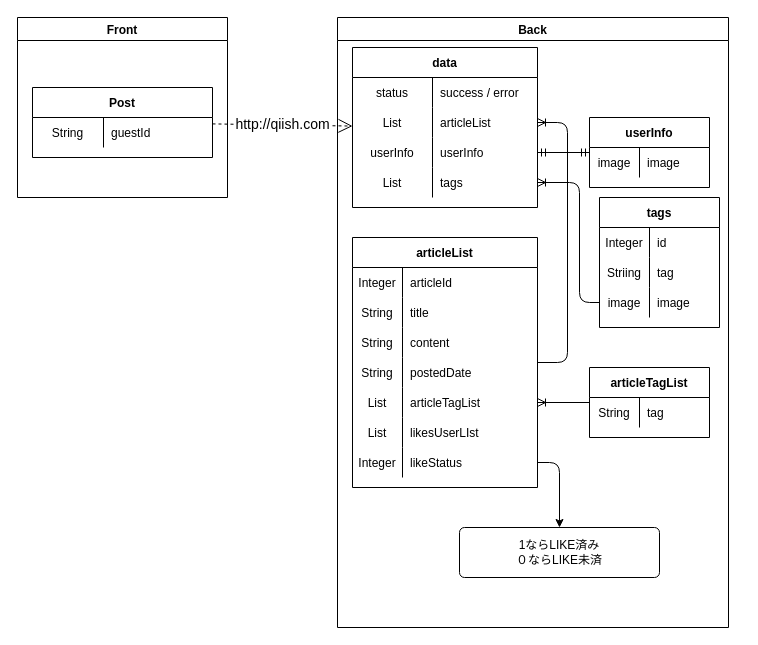
This is page "[表示]トップページ" (2 of 17) of Designs/基本設計.drawio from yusuke-rakus/Qiish, a draw.io file, before an edit. Source tidied: cells renumbered, new cells numbered last; positions are measured from the earlier drawing's top-left corner, leaving out a move shared by most shapes. Both pictures are drawn from the tidied source at 100%, with x=0, y=0 at pixel (17, 17).
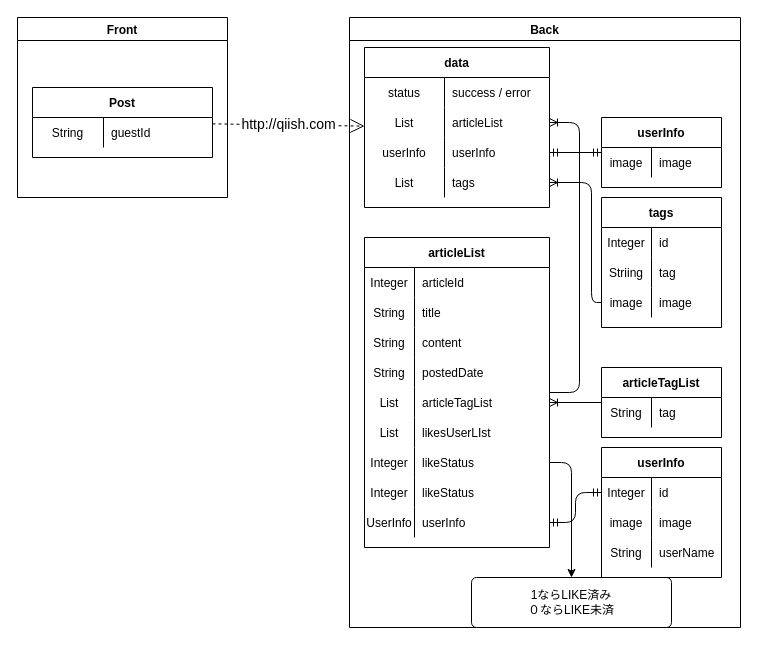
After the change.

Change to the diagram source:
```diff
@@
     <mxCell id="2" value="Back" style="swimlane;" parent="1" vertex="1">
-      <mxGeometry x="320" width="391" height="610" as="geometry" />
+      <mxGeometry x="332" width="391" height="610" as="geometry" />
     </mxCell>
@@
     <mxCell id="16" value="articleList" style="shape=table;startSize=30;childLayout=tableLayout;rowLines=0;fontStyle=1;align=center;" parent="2" vertex="1">
-      <mxGeometry x="15" y="220" width="185" height="250" as="geometry" />
+      <mxGeometry x="15" y="220" width="185" height="310" as="geometry" />
     </mxCell>
@@
+    <mxCell id="68" style="shape=partialRectangle;fillColor=none;top=0;left=0;bottom=0;right=0;" parent="16" vertex="1">
+      <mxGeometry y="240" width="185" height="30" as="geometry" />
+    </mxCell>
+    <mxCell id="69" value="Integer" style="shape=partialRectangle;fillColor=none;top=0;left=0;bottom=0;right=0;overflow=hidden;" parent="68" vertex="1">
+      <mxGeometry width="50" height="30" as="geometry" />
+    </mxCell>
+    <mxCell id="70" value="likeStatus" style="shape=partialRectangle;fillColor=none;top=0;left=0;bottom=0;right=0;align=left;spacingLeft=6;overflow=hidden;" parent="68" vertex="1">
+      <mxGeometry x="50" width="135" height="30" as="geometry" />
+    </mxCell>
+    <mxCell id="71" style="shape=partialRectangle;fillColor=none;top=0;left=0;bottom=0;right=0;points=[[0,0.5],[1,0.5]];portConstraint=eastwest;" parent="16" vertex="1">
+      <mxGeometry y="270" width="185" height="30" as="geometry" />
+    </mxCell>
+    <mxCell id="72" value="UserInfo" style="shape=partialRectangle;fillColor=none;top=0;left=0;bottom=0;right=0;overflow=hidden;" parent="71" vertex="1">
+      <mxGeometry width="50" height="30" as="geometry" />
+    </mxCell>
+    <mxCell id="73" value="userInfo" style="shape=partialRectangle;fillColor=none;top=0;left=0;bottom=0;right=0;align=left;spacingLeft=6;overflow=hidden;" parent="71" vertex="1">
+      <mxGeometry x="50" width="135" height="30" as="geometry" />
+    </mxCell>
@@
     <mxCell id="49" value="tags" style="shape=table;startSize=30;childLayout=tableLayout;rowLines=0;fontStyle=1;align=center;" parent="2" vertex="1">
-      <mxGeometry x="262" y="180" width="120" height="130" as="geometry" />
+      <mxGeometry x="252" y="180" width="120" height="130" as="geometry" />
     </mxCell>
@@
     <mxCell id="60" value="1ならLIKE済み&lt;br&gt;０ならLIKE未済" style="rounded=1;arcSize=10;whiteSpace=wrap;html=1;align=center;" parent="2" vertex="1">
-      <mxGeometry x="122" y="510" width="200" height="50" as="geometry" />
+      <mxGeometry x="122" y="560" width="200" height="50" as="geometry" />
     </mxCell>
@@
+    <mxCell id="74" value="userInfo" style="shape=table;startSize=30;childLayout=tableLayout;rowLines=0;fontStyle=1;align=center;" parent="2" vertex="1">
+      <mxGeometry x="252" y="430" width="120" height="130" as="geometry" />
+    </mxCell>
+    <mxCell id="75" style="shape=partialRectangle;fillColor=none;top=0;left=0;bottom=0;right=0;points=[[0,0.5],[1,0.5]];portConstraint=eastwest;" parent="74" vertex="1">
+      <mxGeometry y="30" width="120" height="30" as="geometry" />
+    </mxCell>
+    <mxCell id="76" value="Integer" style="shape=partialRectangle;fillColor=none;top=0;left=0;bottom=0;right=0;overflow=hidden;" parent="75" vertex="1">
+      <mxGeometry width="50" height="30" as="geometry" />
+    </mxCell>
+    <mxCell id="77" value="id" style="shape=partialRectangle;fillColor=none;top=0;left=0;bottom=0;right=0;align=left;spacingLeft=6;overflow=hidden;" parent="75" vertex="1">
+      <mxGeometry x="50" width="70" height="30" as="geometry" />
+    </mxCell>
+    <mxCell id="78" style="shape=partialRectangle;fillColor=none;top=0;left=0;bottom=0;right=0;" parent="74" vertex="1">
+      <mxGeometry y="60" width="120" height="30" as="geometry" />
+    </mxCell>
+    <mxCell id="79" value="image" style="shape=partialRectangle;fillColor=none;top=0;left=0;bottom=0;right=0;overflow=hidden;" parent="78" vertex="1">
+      <mxGeometry width="50" height="30" as="geometry" />
+    </mxCell>
+    <mxCell id="80" value="image" style="shape=partialRectangle;fillColor=none;top=0;left=0;bottom=0;right=0;align=left;spacingLeft=6;overflow=hidden;" parent="78" vertex="1">
+      <mxGeometry x="50" width="70" height="30" as="geometry" />
+    </mxCell>
+    <mxCell id="81" style="shape=partialRectangle;fillColor=none;top=0;left=0;bottom=0;right=0;" parent="74" vertex="1">
+      <mxGeometry y="90" width="120" height="30" as="geometry" />
+    </mxCell>
+    <mxCell id="82" value="String" style="shape=partialRectangle;fillColor=none;top=0;left=0;bottom=0;right=0;overflow=hidden;" parent="81" vertex="1">
+      <mxGeometry width="50" height="30" as="geometry" />
+    </mxCell>
+    <mxCell id="83" value="userName" style="shape=partialRectangle;fillColor=none;top=0;left=0;bottom=0;right=0;align=left;spacingLeft=6;overflow=hidden;" parent="81" vertex="1">
+      <mxGeometry x="50" width="70" height="30" as="geometry" />
+    </mxCell>
+    <mxCell id="84" style="edgeStyle=orthogonalEdgeStyle;fontSize=12;html=1;endArrow=ERmandOne;startArrow=ERmandOne;exitX=1;exitY=0.5;exitDx=0;exitDy=0;entryX=0;entryY=0.5;entryDx=0;entryDy=0;" parent="2" edge="1" source="71" target="75">
+      <mxGeometry relative="1" as="geometry" />
+    </mxCell>
```
